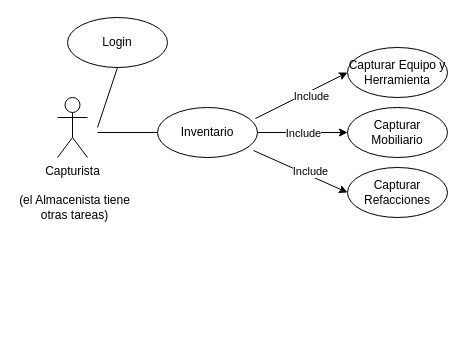
Earlier version of the draw.io diagram Casos-Uso/Inventario-Global-v1.drawio (RaulGutierrezCarmona/Diagrams). Source tidied: cells renumbered, new cells numbered last; positions are measured from the earlier drawing's top-left corner, leaving out a move shared by most shapes. Both pictures are drawn from the tidied source at 100%, with x=0, y=0 at pixel (17, 17).
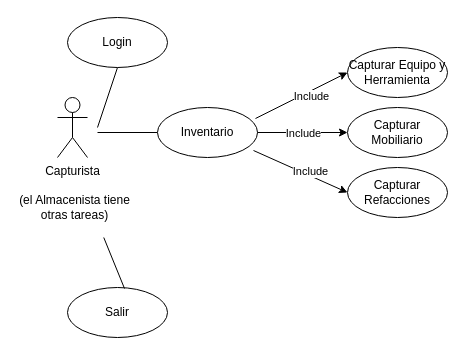
The same diagram, later.

Unchanged cells that the change refers to:
```xml
<mxCell id="12" value="(el Almacenista tiene otras tareas)" style="text;html=1;strokeColor=none;fillColor=none;align=center;verticalAlign=middle;whiteSpace=wrap;rounded=0;" parent="1" vertex="1">
  <mxGeometry y="160" width="115" height="60" as="geometry" />
</mxCell>
```

Change to the diagram source:
```diff
@@
+    <mxCell id="17" value="Salir" style="ellipse;whiteSpace=wrap;html=1;" parent="1" vertex="1">
+      <mxGeometry x="50" y="270" width="100" height="50" as="geometry" />
+    </mxCell>
+    <mxCell id="18" style="endArrow=none;html=1;rounded=0;entryX=0.75;entryY=1;entryDx=0;entryDy=0;exitX=0.57;exitY=0.02;exitDx=0;exitDy=0;exitPerimeter=0;" parent="1" edge="1" source="17" target="12">
+      <mxGeometry relative="1" as="geometry" />
+    </mxCell>
```
